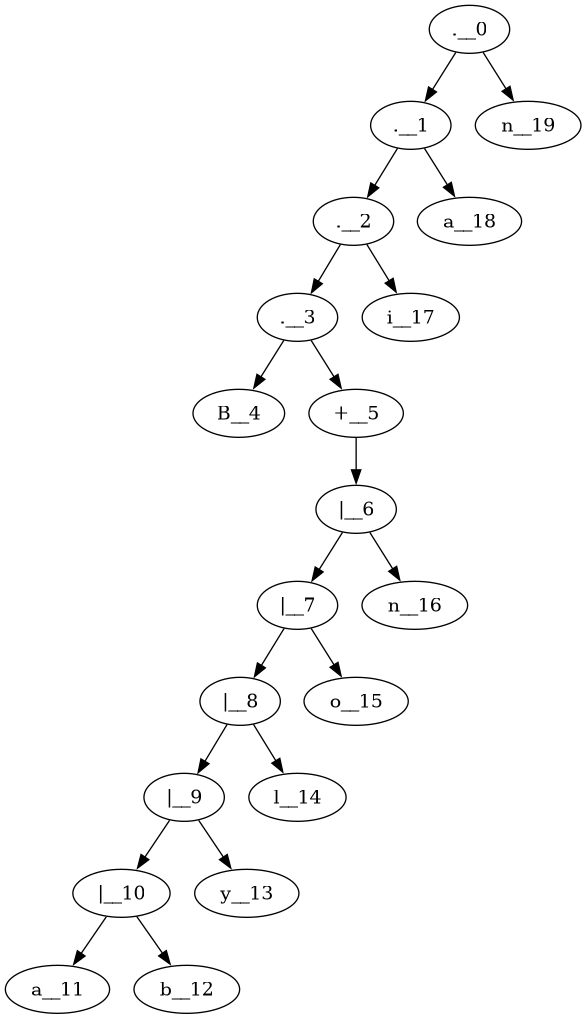
This is arbre_syntaxique.png from Daniel-Sima/Clone-of-the-egrep-UNIX-command, a Graphviz export, as it was before one commit. Its source is kept beside it as arbre_syntaxique.dot.
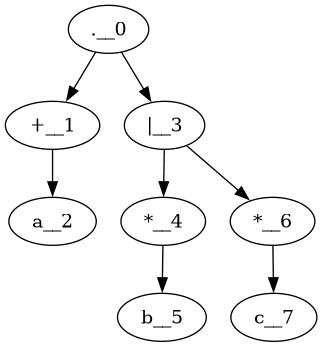
The same file after the commit.

Change to the diagram source:
```diff
@@ -1,21 +1,9 @@
 digraph {
-	".__0"->".__1"
-	".__1"->".__2"
-	".__2"->".__3"
-	".__3"->"B__4"
-	".__3"->"+__5"
-	"+__5"->"|__6"
-	"|__6"->"|__7"
-	"|__7"->"|__8"
-	"|__8"->"|__9"
-	"|__9"->"|__10"
-	"|__10"->"a__11"
-	"|__10"->"b__12"
-	"|__9"->"y__13"
-	"|__8"->"l__14"
-	"|__7"->"o__15"
-	"|__6"->"n__16"
-	".__2"->"i__17"
-	".__1"->"a__18"
-	".__0"->"n__19"
+	".__0"->"+__1"
+	"+__1"->"a__2"
+	".__0"->"|__3"
+	"|__3"->"*__4"
+	"*__4"->"b__5"
+	"|__3"->"*__6"
+	"*__6"->"c__7"
 }
```
